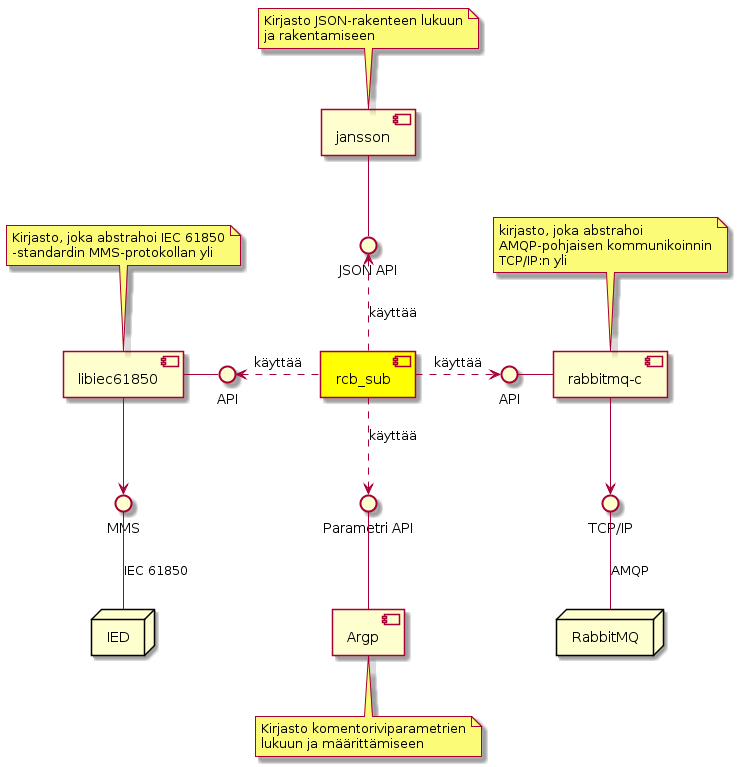
Kazhuu/tut_master_thesis keeps this PlantUML diagram as pictures/rcb-sub-component-diagram.png. Above is the earlier version.
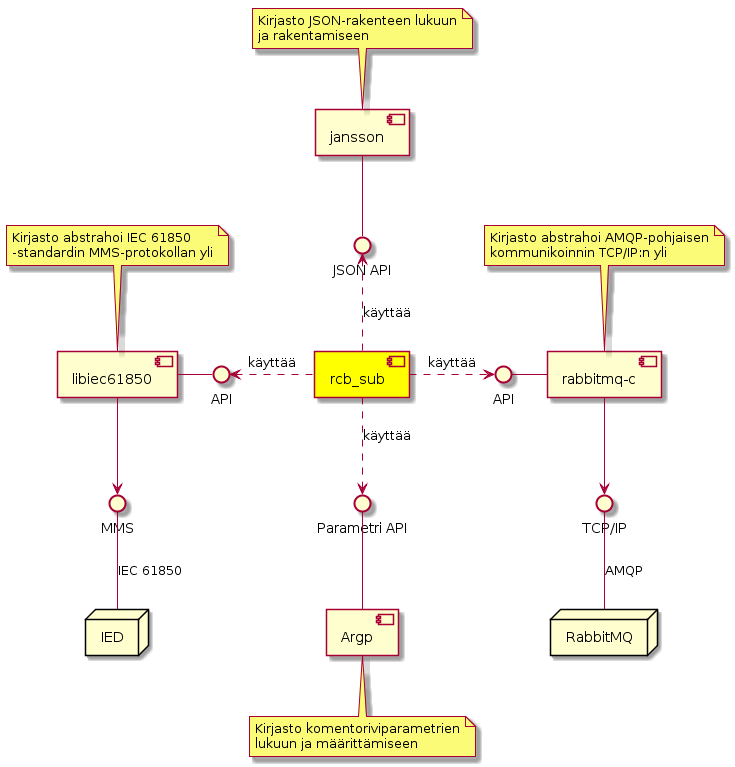
Above is the later version.

The edit, as a diff of the source:
```diff
@@ -41,13 +41,12 @@
 end note
 
 note top of mqc
-	kirjasto, joka abstrahoi
-	AMQP-pohjaisen kommunikoinnin
-	TCP/IP:n yli
+	Kirjasto abstrahoi AMQP-pohjaisen
+	kommunikoinnin TCP/IP:n yli
 end note
 
 note top of libiec
-	Kirjasto, joka abstrahoi IEC 61850
+	Kirjasto abstrahoi IEC 61850
 	-standardin MMS-protokollan yli
 end note
 @enduml
```
